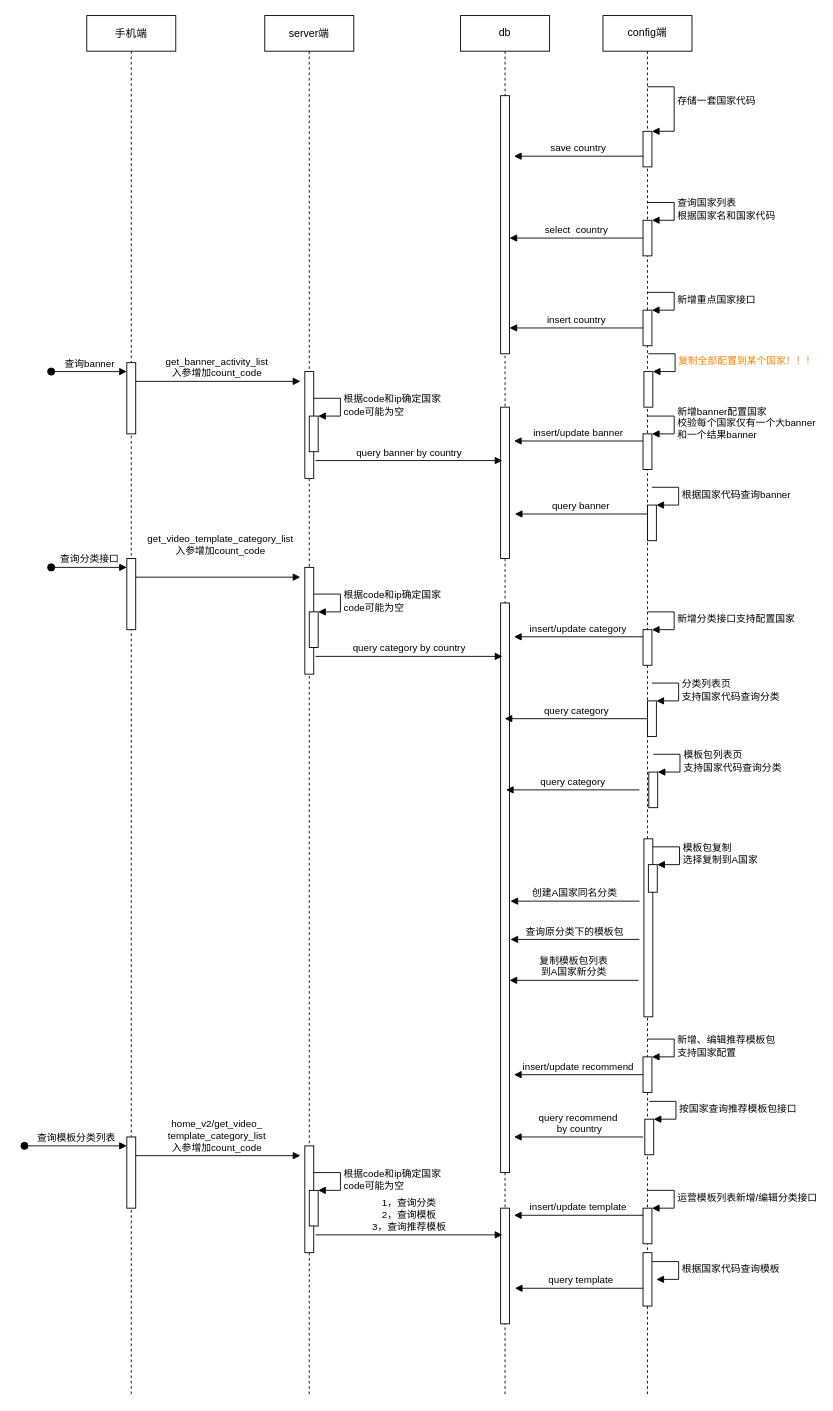
Earlier version of the draw.io diagram 新玩法layer顺序图.drawio (milletzhu/datasource). Source tidied: cells renumbered, new cells numbered last; positions are measured from the earlier drawing's top-left corner, leaving out a move shared by most shapes. Both pictures are drawn from the tidied source at 89%, with x=0, y=0 at pixel (24, 15).
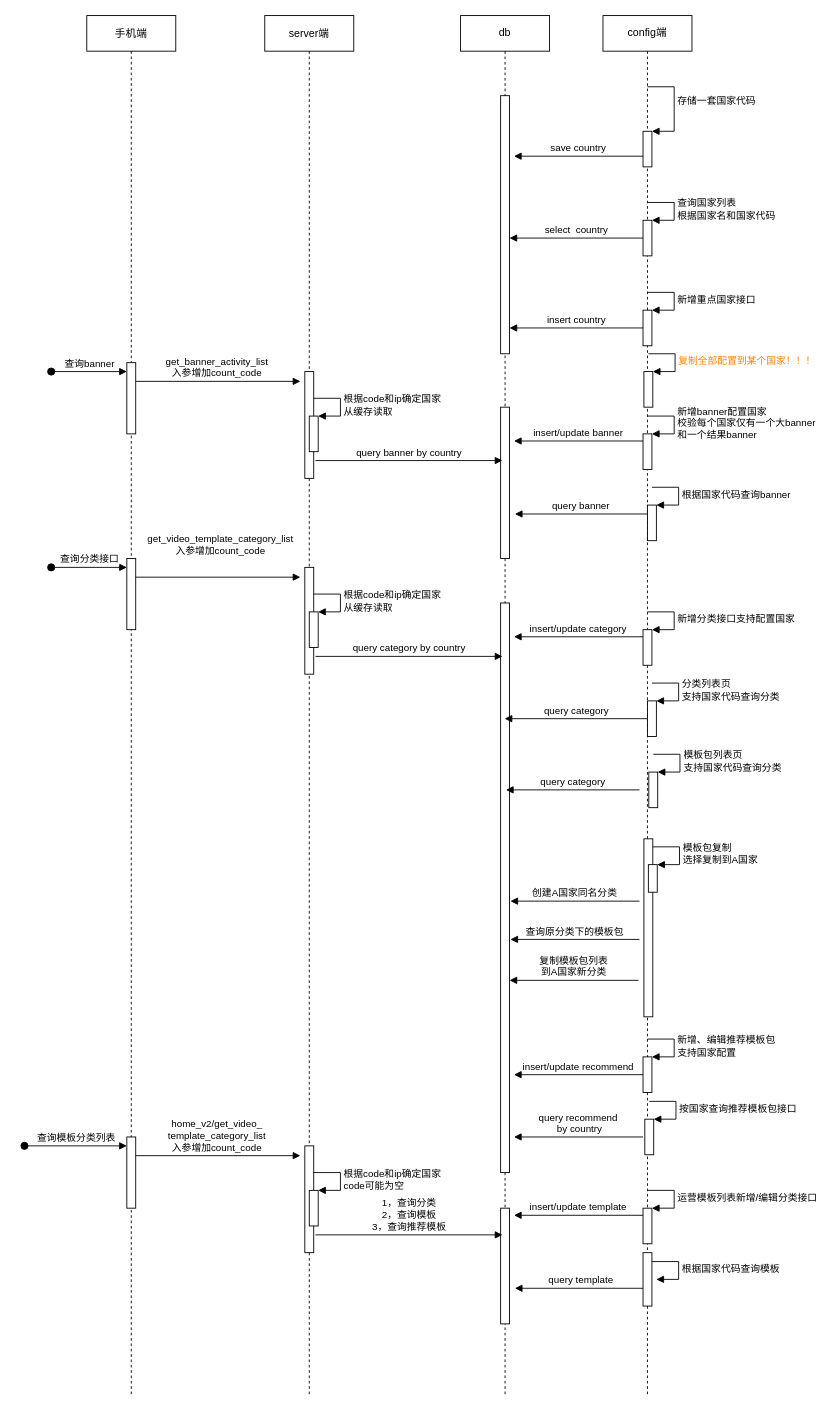
Above is the later version.

Commit message (it also covers changes not shown here):
更新新玩法layer顺序图.drawio

Unchanged cells that the change refers to:
```xml
<mxCell id="5" value="server端" style="shape=umlLifeline;perimeter=lifelinePerimeter;rounded=0;shadow=0;strokeWidth=1;" parent="1" vertex="1">
  <mxGeometry x="270" width="100" height="1550" as="geometry" />
</mxCell>
<mxCell id="7" style="html=1;points=[];perimeter=orthogonalPerimeter;" parent="5" vertex="1">
  <mxGeometry x="50" y="450" width="10" height="40" as="geometry" />
</mxCell>
<mxCell id="13" value="config端" style="shape=umlLifeline;perimeter=lifelinePerimeter;whiteSpace=wrap;html=1;" parent="1" vertex="1">
  <mxGeometry x="650" width="100" height="1550" as="geometry" />
</mxCell>
<mxCell id="27" style="html=1;points=[];perimeter=orthogonalPerimeter;" parent="13" vertex="1">
  <mxGeometry x="-330" y="670" width="10" height="40" as="geometry" />
</mxCell>
```

Change to the diagram source:
```diff
@@
-    <mxCell id="8" value="根据code和ip确定国家&lt;br&gt;code可能为空" style="edgeStyle=orthogonalEdgeStyle;html=1;align=left;spacingLeft=2;endArrow=block;rounded=0;entryX=1;entryY=0;" parent="5" edge="1" target="7">
+    <mxCell id="8" value="根据code和ip确定国家&lt;br&gt;从缓存读取" style="edgeStyle=orthogonalEdgeStyle;html=1;align=left;spacingLeft=2;endArrow=block;rounded=0;entryX=1;entryY=0;" parent="5" edge="1" target="7">
       <mxGeometry relative="1" as="geometry">
         <mxPoint x="55" y="430" as="sourcePoint" />
         <Array as="points">
           <mxPoint x="85" y="430" />
         </Array>
       </mxGeometry>
     </mxCell>
@@
-    <mxCell id="28" value="根据code和ip确定国家&lt;br&gt;code可能为空" style="edgeStyle=orthogonalEdgeStyle;html=1;align=left;spacingLeft=2;endArrow=block;rounded=0;entryX=1;entryY=0;" parent="13" edge="1" target="27">
+    <mxCell id="28" value="根据code和ip确定国家&lt;br&gt;从缓存读取" style="edgeStyle=orthogonalEdgeStyle;html=1;align=left;spacingLeft=2;endArrow=block;rounded=0;entryX=1;entryY=0;" parent="13" edge="1" target="27">
       <mxGeometry relative="1" as="geometry">
         <mxPoint x="-325" y="650" as="sourcePoint" />
         <Array as="points">
           <mxPoint x="-295" y="650" />
         </Array>
       </mxGeometry>
     </mxCell>
```
